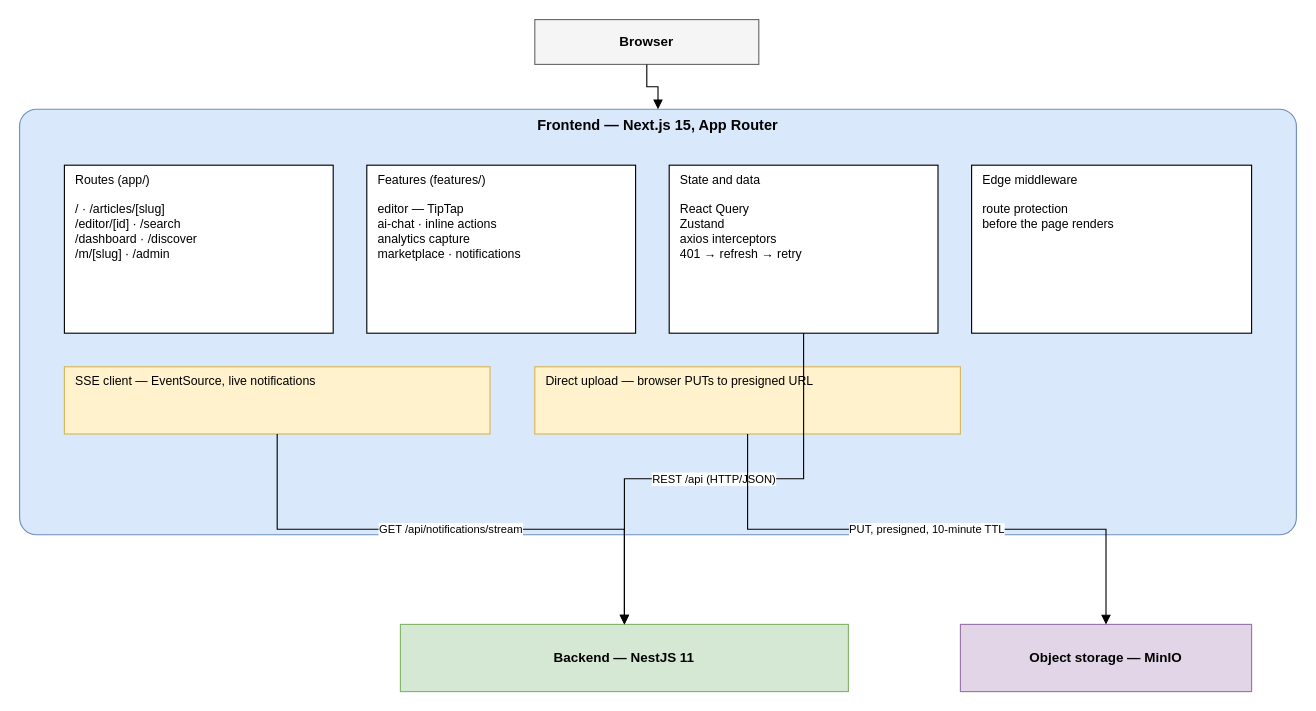
This is diagrams/fig-3-1-architecture-frontend/fig-3-1-architecture-frontend.drawio from inkwell-dev/spec.inkwell.ai, a draw.io file, before an edit. Source tidied: cells renumbered, new cells numbered last; positions are measured from the earlier drawing's top-left corner, leaving out a move shared by most shapes. Both pictures are drawn from the tidied source at 112%, with x=0, y=0 at pixel (19, 19).
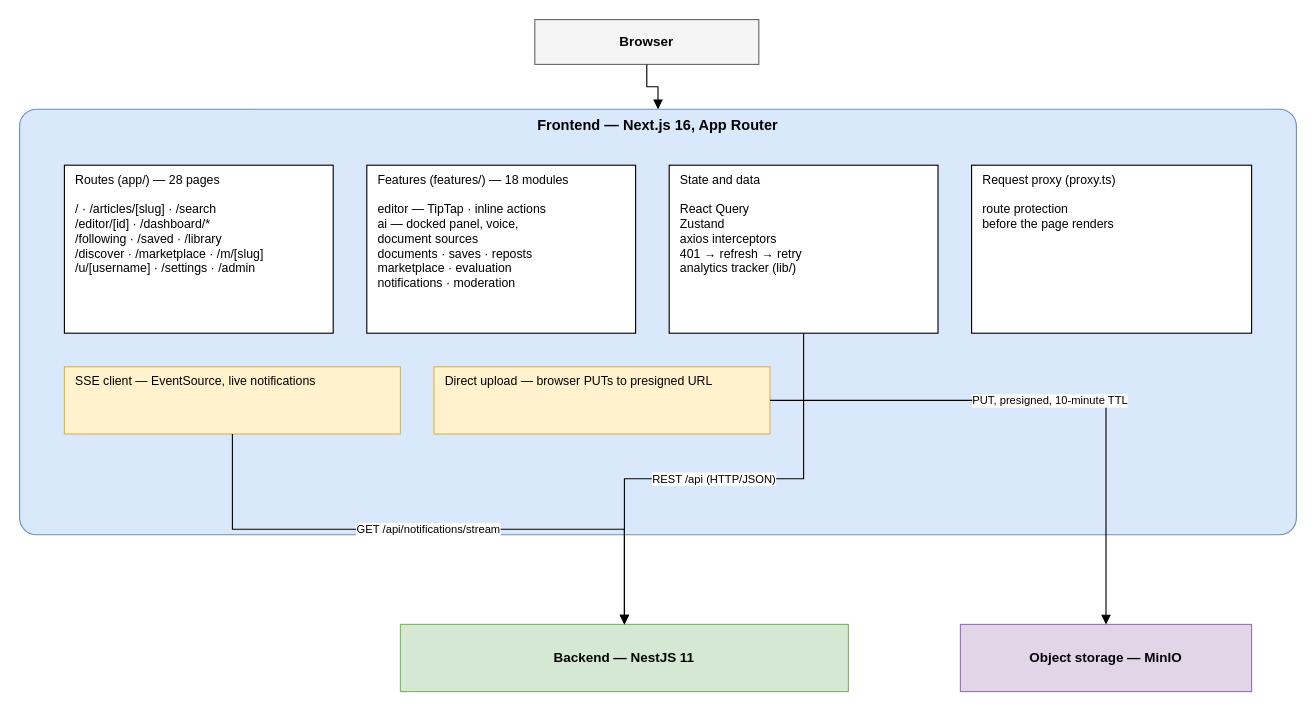
Above is the later version.

Commit message (it also covers changes not shown here):
docs(diagrams): bring fig-3-1 up to the frontend that shipped

What changed in the source:
```diff
@@
 <mxGraphModel>
   <root>
     <mxCell id="0" />
     <mxCell id="1" parent="0" />
     <mxCell id="2" value="Browser" style="rounded=0;whiteSpace=wrap;html=1;fontStyle=1;fontSize=12;fillColor=#F5F5F5;strokeColor=#666666;" parent="1" vertex="1">
       <mxGeometry x="460" width="200" height="40" as="geometry" />
     </mxCell>
-    <mxCell id="3" value="Frontend — Next.js 15, App Router" style="rounded=1;whiteSpace=wrap;html=1;verticalAlign=top;fontStyle=1;fontSize=13;arcSize=4;fillColor=#DAE8FC;strokeColor=#6C8EBF;" parent="1" vertex="1">
+    <mxCell id="3" value="Frontend — Next.js 16, App Router" style="rounded=1;whiteSpace=wrap;html=1;verticalAlign=top;fontStyle=1;fontSize=13;arcSize=4;fillColor=#DAE8FC;strokeColor=#6C8EBF;" parent="1" vertex="1">
       <mxGeometry y="80" width="1140" height="380" as="geometry" />
     </mxCell>
-    <mxCell id="4" value="Routes (app/)&lt;br&gt;&lt;br&gt;/ · /articles/[slug]&lt;br&gt;/editor/[id] · /search&lt;br&gt;/dashboard · /discover&lt;br&gt;/m/[slug] · /admin" style="rounded=0;whiteSpace=wrap;html=1;verticalAlign=top;align=left;spacingLeft=8;fontSize=11;fillColor=#FFFFFF;strokeColor=#000000;" parent="1" vertex="1">
+    <mxCell id="4" value="Routes (app/) — 28 pages&lt;br&gt;&lt;br&gt;/ · /articles/[slug] · /search&lt;br&gt;/editor/[id] · /dashboard/*&lt;br&gt;/following · /saved · /library&lt;br&gt;/discover · /marketplace · /m/[slug]&lt;br&gt;/u/[username] · /settings · /admin" style="rounded=0;whiteSpace=wrap;html=1;verticalAlign=top;align=left;spacingLeft=8;fontSize=11;fillColor=#FFFFFF;strokeColor=#000000;" parent="1" vertex="1">
       <mxGeometry x="40" y="130" width="240" height="150" as="geometry" />
     </mxCell>
-    <mxCell id="5" value="Features (features/)&lt;br&gt;&lt;br&gt;editor — TipTap&lt;br&gt;ai-chat · inline actions&lt;br&gt;analytics capture&lt;br&gt;marketplace · notifications" style="rounded=0;whiteSpace=wrap;html=1;verticalAlign=top;align=left;spacingLeft=8;fontSize=11;fillColor=#FFFFFF;strokeColor=#000000;" parent="1" vertex="1">
+    <mxCell id="5" value="Features (features/) — 18 modules&lt;br&gt;&lt;br&gt;editor — TipTap · inline actions&lt;br&gt;ai — docked panel, voice,&lt;br&gt;document sources&lt;br&gt;documents · saves · reposts&lt;br&gt;marketplace · evaluation&lt;br&gt;notifications · moderation" style="rounded=0;whiteSpace=wrap;html=1;verticalAlign=top;align=left;spacingLeft=8;fontSize=11;fillColor=#FFFFFF;strokeColor=#000000;" parent="1" vertex="1">
       <mxGeometry x="310" y="130" width="240" height="150" as="geometry" />
     </mxCell>
-    <mxCell id="6" value="State and data&lt;br&gt;&lt;br&gt;React Query&lt;br&gt;Zustand&lt;br&gt;axios interceptors&lt;br&gt;401 → refresh → retry" style="rounded=0;whiteSpace=wrap;html=1;verticalAlign=top;align=left;spacingLeft=8;fontSize=11;fillColor=#FFFFFF;strokeColor=#000000;" parent="1" vertex="1">
+    <mxCell id="6" value="State and data&lt;br&gt;&lt;br&gt;React Query&lt;br&gt;Zustand&lt;br&gt;axios interceptors&lt;br&gt;401 → refresh → retry&lt;br&gt;analytics tracker (lib/)" style="rounded=0;whiteSpace=wrap;html=1;verticalAlign=top;align=left;spacingLeft=8;fontSize=11;fillColor=#FFFFFF;strokeColor=#000000;" parent="1" vertex="1">
       <mxGeometry x="580" y="130" width="240" height="150" as="geometry" />
     </mxCell>
-    <mxCell id="7" value="Edge middleware&lt;br&gt;&lt;br&gt;route protection&lt;br&gt;before the page renders" style="rounded=0;whiteSpace=wrap;html=1;verticalAlign=top;align=left;spacingLeft=8;fontSize=11;fillColor=#FFFFFF;strokeColor=#000000;" parent="1" vertex="1">
+    <mxCell id="7" value="Request proxy (proxy.ts)&lt;br&gt;&lt;br&gt;route protection&lt;br&gt;before the page renders" style="rounded=0;whiteSpace=wrap;html=1;verticalAlign=top;align=left;spacingLeft=8;fontSize=11;fillColor=#FFFFFF;strokeColor=#000000;" parent="1" vertex="1">
       <mxGeometry x="850" y="130" width="250" height="150" as="geometry" />
     </mxCell>
     <mxCell id="8" value="SSE client — EventSource, live notifications" style="rounded=0;whiteSpace=wrap;html=1;verticalAlign=top;align=left;spacingLeft=8;fontSize=11;fillColor=#FFF2CC;strokeColor=#D6B656;" parent="1" vertex="1">
-      <mxGeometry x="40" y="310" width="380" height="60" as="geometry" />
+      <mxGeometry x="40" y="310" width="300" height="60" as="geometry" />
     </mxCell>
     <mxCell id="9" value="Direct upload — browser PUTs to presigned URL" style="rounded=0;whiteSpace=wrap;html=1;verticalAlign=top;align=left;spacingLeft=8;fontSize=11;fillColor=#FFF2CC;strokeColor=#D6B656;" parent="1" vertex="1">
-      <mxGeometry x="460" y="310" width="380" height="60" as="geometry" />
+      <mxGeometry x="370" y="310" width="300" height="60" as="geometry" />
     </mxCell>
     <mxCell id="10" value="Backend — NestJS 11" style="rounded=0;whiteSpace=wrap;html=1;fontStyle=1;fontSize=12;fillColor=#D5E8D4;strokeColor=#82B366;" parent="1" vertex="1">
       <mxGeometry x="340" y="540" width="400" height="60" as="geometry" />
     </mxCell>
     <mxCell id="11" value="Object storage — MinIO" style="rounded=0;whiteSpace=wrap;html=1;fontStyle=1;fontSize=12;fillColor=#E1D5E7;strokeColor=#9673A6;" parent="1" vertex="1">
       <mxGeometry x="840" y="540" width="260" height="60" as="geometry" />
     </mxCell>
     <mxCell id="12" style="edgeStyle=orthogonalEdgeStyle;rounded=0;html=1;endArrow=block;endFill=1;fontSize=10;labelBackgroundColor=#FFFFFF;exitX=0.5;exitY=1;exitDx=0;exitDy=0;entryX=0.5;entryY=0;entryDx=0;entryDy=0;" parent="1" edge="1" source="2" target="3">
       <mxGeometry relative="1" as="geometry" />
     </mxCell>
     <mxCell id="13" value="REST /api (HTTP/JSON)" style="edgeStyle=orthogonalEdgeStyle;rounded=0;html=1;endArrow=block;endFill=1;fontSize=10;labelBackgroundColor=#FFFFFF;exitX=0.5;exitY=1;exitDx=0;exitDy=0;entryX=0.5;entryY=0;entryDx=0;entryDy=0;" parent="1" edge="1" source="6" target="10">
       <mxGeometry relative="1" as="geometry" />
     </mxCell>
     <mxCell id="14" value="GET /api/notifications/stream" style="edgeStyle=orthogonalEdgeStyle;rounded=0;html=1;endArrow=block;endFill=1;fontSize=10;labelBackgroundColor=#FFFFFF;exitX=0.5;exitY=1;exitDx=0;exitDy=0;entryX=0.5;entryY=0;entryDx=0;entryDy=0;" parent="1" edge="1" source="8" target="10">
       <mxGeometry relative="1" as="geometry" />
     </mxCell>
-    <mxCell id="15" value="PUT, presigned, 10-minute TTL" style="edgeStyle=orthogonalEdgeStyle;rounded=0;html=1;endArrow=block;endFill=1;fontSize=10;labelBackgroundColor=#FFFFFF;exitX=0.5;exitY=1;exitDx=0;exitDy=0;entryX=0.5;entryY=0;entryDx=0;entryDy=0;" parent="1" edge="1" source="9" target="11">
+    <mxCell id="15" value="PUT, presigned, 10-minute TTL" style="edgeStyle=orthogonalEdgeStyle;rounded=0;html=1;endArrow=block;endFill=1;fontSize=10;labelBackgroundColor=#FFFFFF;exitX=1;exitY=0.5;exitDx=0;exitDy=0;entryX=0.5;entryY=0;entryDx=0;entryDy=0;" parent="1" edge="1" source="9" target="11">
       <mxGeometry relative="1" as="geometry" />
     </mxCell>
   </root>
 </mxGraphModel>
```
